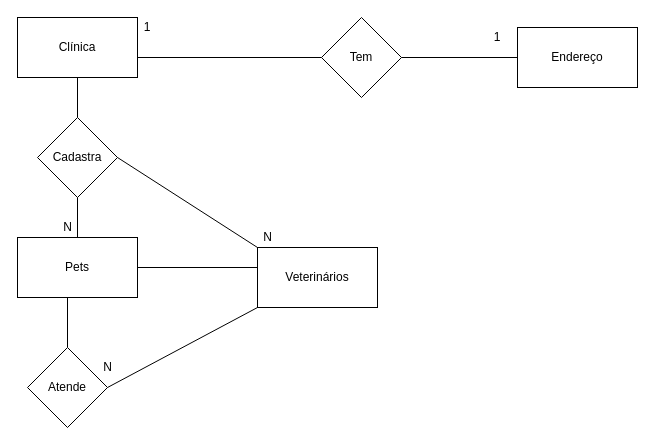
This is page "conceitual" (1 of 2) of exercicios/1.3-exercicio-pclinics/senai_ex_1.3_draw.drawio from bren-lari/senai_sprint_1bd, a draw.io file, before an edit. Source tidied: cells renumbered, new cells numbered last; positions are measured from the earlier drawing's top-left corner, leaving out a move shared by most shapes. Both pictures are drawn from the tidied source at 100%, with x=0, y=0 at pixel (17, 17).
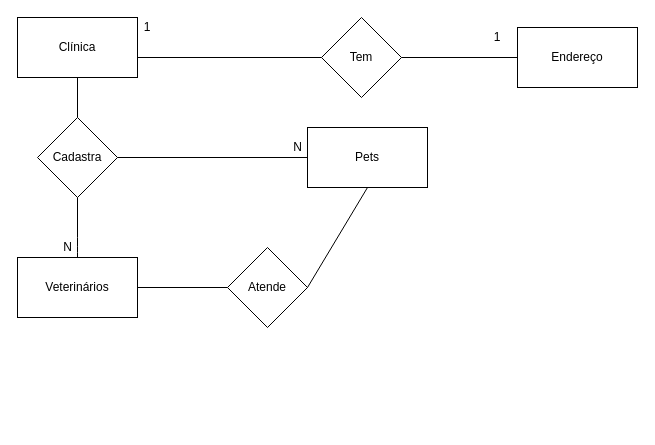
After the change.

Commit message (it also covers changes not shown here):
Exercicios sobre o draw.io todos finalizados

Unchanged cells that the change refers to:
```xml
<mxCell id="10" value="Cadastra" style="rhombus;whiteSpace=wrap;html=1;" parent="1" vertex="1">
  <mxGeometry x="20" y="100" width="80" height="80" as="geometry" />
</mxCell>
```

What changed in the source:
```diff
@@
     <mxCell id="9" value="Pets" style="rounded=0;whiteSpace=wrap;html=1;" parent="1" vertex="1">
-      <mxGeometry y="220" width="120" height="60" as="geometry" />
+      <mxGeometry x="290" y="110" width="120" height="60" as="geometry" />
     </mxCell>
@@
-    <mxCell id="12" style="endArrow=none;html=1;entryX=0.5;entryY=1;entryDx=0;entryDy=0;exitX=0.5;exitY=0;exitDx=0;exitDy=0;" parent="1" edge="1" source="9" target="10">
+    <mxCell id="12" style="endArrow=none;html=1;entryX=1;entryY=0.5;entryDx=0;entryDy=0;exitX=0;exitY=0.5;exitDx=0;exitDy=0;" parent="1" edge="1" source="9" target="10">
       <mxGeometry relative="1" as="geometry" />
     </mxCell>
-    <mxCell id="13" value="N" style="text;html=1;align=center;verticalAlign=middle;" parent="1" vertex="1">
-      <mxGeometry x="40" y="200" width="20" height="20" as="geometry" />
-    </mxCell>
-    <mxCell id="14" style="endArrow=none;html=1;exitX=1;exitY=0.5;exitDx=0;exitDy=0;" parent="1" edge="1" source="9">
-      <mxGeometry relative="1" as="geometry">
-        <mxPoint x="240" y="250" as="targetPoint" />
-      </mxGeometry>
-    </mxCell>
-    <mxCell id="15" style="endArrow=none;html=1;entryX=0;entryY=0.5;entryDx=0;entryDy=0;" parent="1" edge="1" target="16">
-      <mxGeometry relative="1" as="geometry">
-        <mxPoint x="320" y="250" as="sourcePoint" />
-      </mxGeometry>
-    </mxCell>
     <mxCell id="16" value="Veterinários" style="rounded=0;whiteSpace=wrap;html=1;" parent="1" vertex="1">
-      <mxGeometry x="240" y="230" width="120" height="60" as="geometry" />
+      <mxGeometry y="240" width="120" height="60" as="geometry" />
     </mxCell>
-    <mxCell id="17" style="endArrow=none;html=1;entryX=0.5;entryY=0;entryDx=0;entryDy=0;" parent="1" edge="1">
+    <mxCell id="17" style="endArrow=none;html=1;entryX=0.5;entryY=1;entryDx=0;entryDy=0;exitX=0.5;exitY=0;exitDx=0;exitDy=0;" parent="1" edge="1" source="16" target="10">
       <mxGeometry relative="1" as="geometry">
-        <mxPoint x="50" y="280" as="sourcePoint" />
-        <mxPoint x="50" y="330" as="targetPoint" />
+        <Array as="points">
+          <mxPoint x="60" y="230" />
+        </Array>
       </mxGeometry>
     </mxCell>
-    <mxCell id="18" style="endArrow=none;html=1;exitX=0;exitY=0;exitDx=0;exitDy=0;" parent="1" edge="1" source="16">
-      <mxGeometry relative="1" as="geometry">
-        <mxPoint x="100" y="140" as="targetPoint" />
-      </mxGeometry>
-    </mxCell>
-    <mxCell id="19" value="N" style="text;html=1;align=center;verticalAlign=middle;" parent="1" vertex="1">
-      <mxGeometry x="240" y="210" width="20" height="20" as="geometry" />
-    </mxCell>
-    <mxCell id="20" style="endArrow=none;html=1;entryX=0;entryY=1;entryDx=0;entryDy=0;" parent="1" edge="1" target="16">
-      <mxGeometry relative="1" as="geometry">
-        <mxPoint x="90" y="370" as="sourcePoint" />
-      </mxGeometry>
-    </mxCell>
     <mxCell id="21" value="Atende" style="rhombus;whiteSpace=wrap;html=1;" parent="1" vertex="1">
-      <mxGeometry x="10" y="330" width="80" height="80" as="geometry" />
+      <mxGeometry x="210" y="230" width="80" height="80" as="geometry" />
     </mxCell>
-    <mxCell id="22" value="N" style="text;html=1;align=center;verticalAlign=middle;" parent="1" vertex="1">
-      <mxGeometry x="80" y="340" width="20" height="20" as="geometry" />
-    </mxCell>
+    <mxCell id="23" value="N" style="text;html=1;align=center;verticalAlign=middle;" parent="1" vertex="1">
+      <mxGeometry x="270" y="120" width="20" height="20" as="geometry" />
+    </mxCell>
+    <mxCell id="24" style="endArrow=none;html=1;entryX=0;entryY=0.5;entryDx=0;entryDy=0;" parent="1" edge="1" target="21">
+      <mxGeometry relative="1" as="geometry">
+        <mxPoint x="120" y="270" as="sourcePoint" />
+      </mxGeometry>
+    </mxCell>
+    <mxCell id="25" style="endArrow=none;html=1;entryX=0.5;entryY=1;entryDx=0;entryDy=0;" parent="1" edge="1" target="9">
+      <mxGeometry relative="1" as="geometry">
+        <mxPoint x="290" y="270" as="sourcePoint" />
+      </mxGeometry>
+    </mxCell>
+    <mxCell id="26" value="N" style="text;html=1;align=center;verticalAlign=middle;" parent="1" vertex="1">
+      <mxGeometry x="40" y="220" width="20" height="20" as="geometry" />
+    </mxCell>
```
